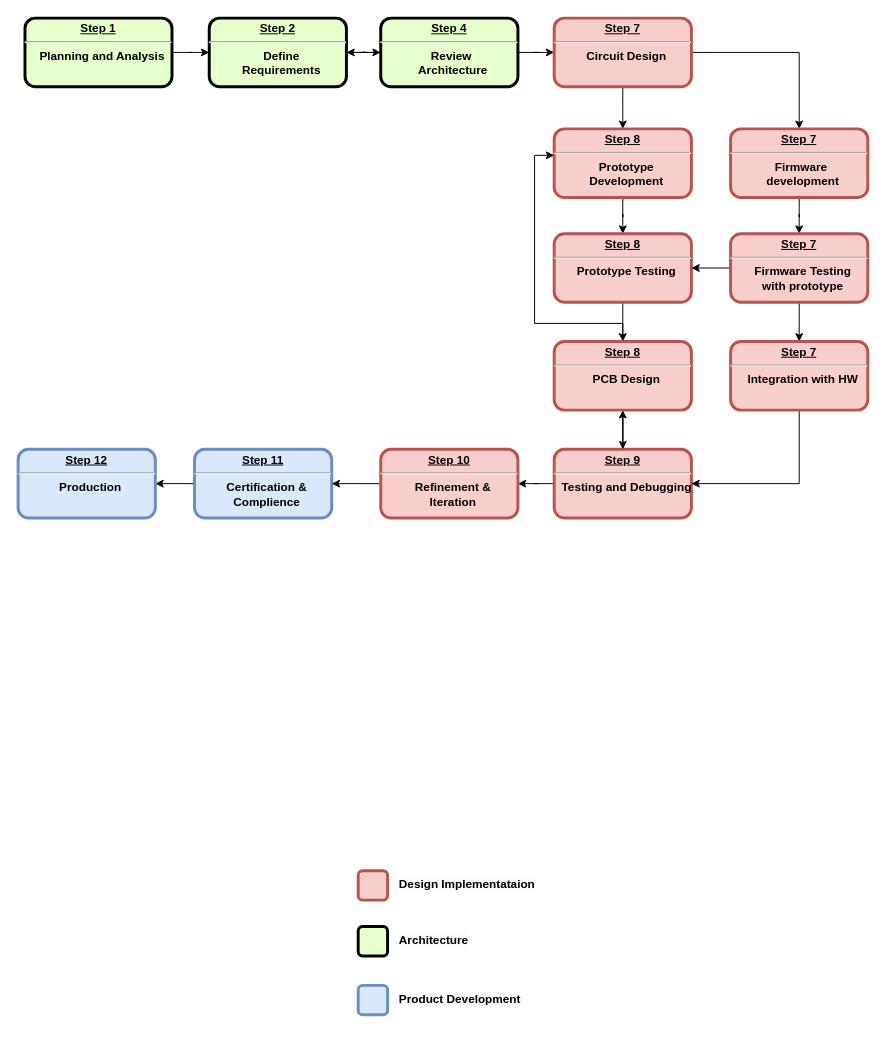
Earlier version of the draw.io diagram ups-gantt.drawio (j9hasan/learning-git). Source tidied: cells renumbered, new cells numbered last; positions are measured from the earlier drawing's top-left corner, leaving out a move shared by most shapes. Both pictures are drawn from the tidied source at 98%, with x=0, y=0 at pixel (18, 18).
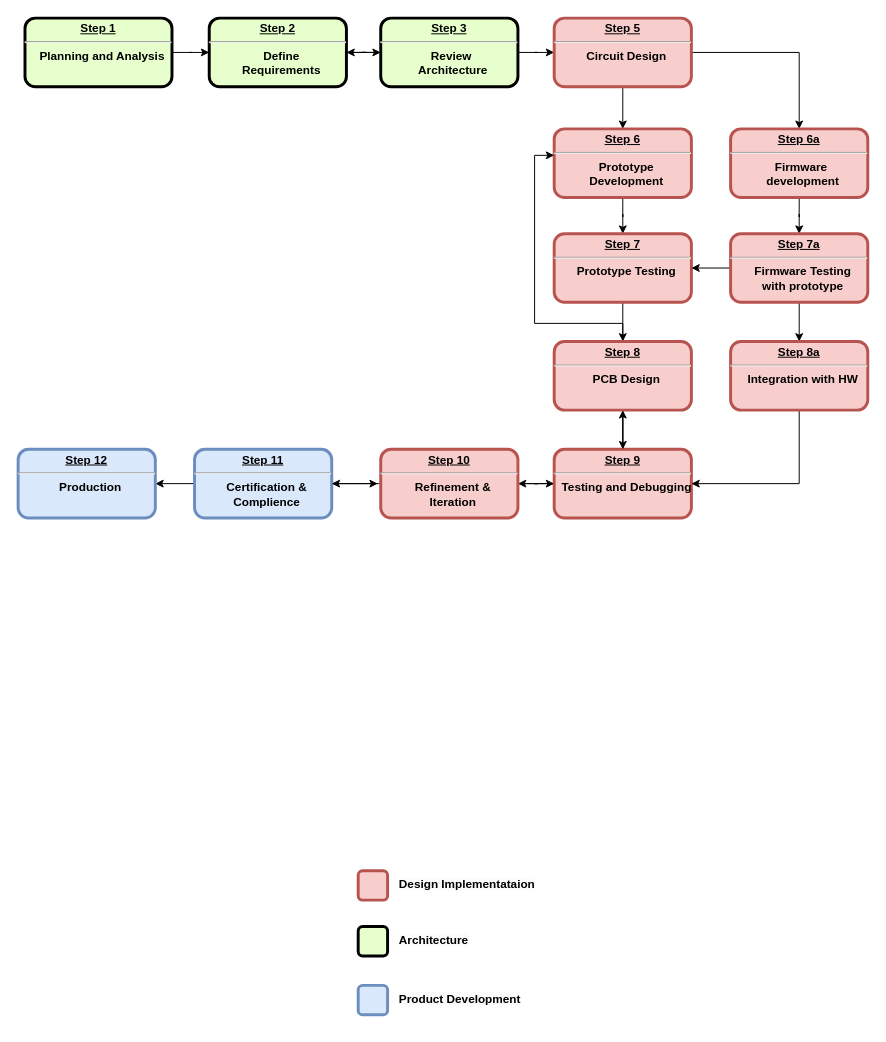
Above is the later version.

Commit message:
ups currtent status 12222024

Unchanged cells that the change refers to:
```xml
<mxCell id="12" value="&lt;p style=&quot;margin: 0px; margin-top: 4px; text-align: center; text-decoration: underline;&quot;&gt;&lt;strong&gt;Step 9&lt;/strong&gt;&lt;/p&gt;&lt;hr&gt;&lt;p style=&quot;margin: 0px; margin-left: 8px;&quot;&gt;&lt;span style=&quot;background-color: initial;&quot;&gt;Testing and Debugging&lt;/span&gt;&lt;/p&gt;" style="verticalAlign=middle;align=center;overflow=fill;fontSize=12;fontFamily=Helvetica;html=1;rounded=1;fontStyle=1;strokeWidth=3;fillColor=#f8cecc;strokeColor=#b85450;" parent="1" vertex="1">
  <mxGeometry x="547" y="440" width="140" height="70" as="geometry" />
</mxCell>
<mxCell id="14" value="&lt;p style=&quot;margin: 0px; margin-top: 4px; text-align: center; text-decoration: underline;&quot;&gt;&lt;strong&gt;Step 11&lt;/strong&gt;&lt;/p&gt;&lt;hr&gt;&lt;p style=&quot;margin: 0px; margin-left: 8px;&quot;&gt;&lt;span style=&quot;background-color: initial;&quot;&gt;Certification &amp;amp;&lt;/span&gt;&lt;/p&gt;&lt;p style=&quot;margin: 0px; margin-left: 8px;&quot;&gt;&lt;span style=&quot;background-color: initial;&quot;&gt;Complience&lt;/span&gt;&lt;/p&gt;&lt;p style=&quot;margin: 0px; margin-left: 8px;&quot;&gt;&lt;span style=&quot;background-color: initial; color: rgba(0, 0, 0, 0); font-family: monospace; font-size: 0px; font-weight: 400; text-align: start;&quot;&gt;Co%3CmxGraphModel%3E%3Croot%3E%3CmxCell%20id%3D%220%22%2F%3E%3CmxCell%20id%3D%221%22%20parent%3D%220%22%2F%3E%3CmxCell%20id%3D%222%22%20value%3D%22%26lt%3Bp%20style%3D%26quot%3Bmargin%3A%200px%3B%20margin-top%3A%204px%3B%20text-align%3A%20center%3B%20text-decoration%3A%20underline%3B%26quot%3B%26gt%3B%26lt%3Bstrong%26gt%3BStep%205%26lt%3B%2Fstrong%26gt%3B%26lt%3B%2Fp%26gt%3B%26lt%3Bhr%26gt%3B%26lt%3Bp%20style%3D%26quot%3Bmargin%3A%200px%3B%20margin-left%3A%208px%3B%26quot%3B%26gt%3BPrototype%26lt%3B%2Fp%26gt%3B%26lt%3Bp%20style%3D%26quot%3Bmargin%3A%200px%3B%20margin-left%3A%208px%3B%26quot%3B%26gt%3BDevelopmenrt%26lt%3B%2Fp%26gt%3B%22%20style%3D%22verticalAlign%3Dmiddle%3Balign%3Dcenter%3Boverflow%3Dfill%3BfontSize%3D12%3BfontFamily%3DHelvetica%3Bhtml%3D1%3Brounded%3D1%3BfontStyle%3D1%3BstrokeWidth%3D3%3BfillColor%3D%23E6FFCC%22%20vertex%3D%221%22%20parent%3D%221%22%3E%3CmxGeometry%20x%3D%22585%22%20y%3D%22360%22%20width%3D%22140%22%20height%3D%2270%22%20as%3D%22geometry%22%2F%3E%3C%2FmxCell%3E%3C%2Froot%3E%3C%2FmxGraphModel%3E&lt;/span&gt;&lt;/p&gt;" style="verticalAlign=middle;align=center;overflow=fill;fontSize=12;fontFamily=Helvetica;html=1;rounded=1;fontStyle=1;strokeWidth=3;fillColor=#dae8fc;strokeColor=#6c8ebf;" parent="1" vertex="1">
  <mxGeometry x="180" y="440" width="140" height="70" as="geometry" />
</mxCell>
<mxCell id="20" value="&lt;p style=&quot;margin: 0px; margin-top: 4px; text-align: center; text-decoration: underline;&quot;&gt;&lt;strong&gt;Step 10&lt;/strong&gt;&lt;/p&gt;&lt;hr&gt;&lt;p style=&quot;margin: 0px; margin-left: 8px;&quot;&gt;Refinement &amp;amp;&lt;/p&gt;&lt;p style=&quot;margin: 0px; margin-left: 8px;&quot;&gt;Iteration&lt;/p&gt;" style="verticalAlign=middle;align=center;overflow=fill;fontSize=12;fontFamily=Helvetica;html=1;rounded=1;fontStyle=1;strokeWidth=3;flipH=1;fillColor=#f8cecc;strokeColor=#b85450;" parent="1" vertex="1">
  <mxGeometry x="370" y="440" width="140" height="70" as="geometry" />
</mxCell>
```

Diff of the diagram source:
```diff
@@
-    <mxCell id="8" value="&lt;p style=&quot;margin: 0px; margin-top: 4px; text-align: center; text-decoration: underline;&quot;&gt;&lt;strong&gt;Step 8&lt;/strong&gt;&lt;/p&gt;&lt;hr&gt;&lt;p style=&quot;margin: 0px; margin-left: 8px;&quot;&gt;Prototype&lt;/p&gt;&lt;p style=&quot;margin: 0px; margin-left: 8px;&quot;&gt;Development&lt;/p&gt;" style="verticalAlign=middle;align=center;overflow=fill;fontSize=12;fontFamily=Helvetica;html=1;rounded=1;fontStyle=1;strokeWidth=3;fillColor=#f8cecc;strokeColor=#b85450;" parent="1" vertex="1">
+    <mxCell id="8" value="&lt;p style=&quot;margin: 0px; margin-top: 4px; text-align: center; text-decoration: underline;&quot;&gt;&lt;strong&gt;Step 6&lt;/strong&gt;&lt;/p&gt;&lt;hr&gt;&lt;p style=&quot;margin: 0px; margin-left: 8px;&quot;&gt;Prototype&lt;/p&gt;&lt;p style=&quot;margin: 0px; margin-left: 8px;&quot;&gt;Development&lt;/p&gt;" style="verticalAlign=middle;align=center;overflow=fill;fontSize=12;fontFamily=Helvetica;html=1;rounded=1;fontStyle=1;strokeWidth=3;fillColor=#f8cecc;strokeColor=#b85450;" parent="1" vertex="1">
       <mxGeometry x="547" y="113" width="140" height="70" as="geometry" />
     </mxCell>
@@
+    <mxCell id="40" style="edgeStyle=orthogonalEdgeStyle;rounded=0;jettySize=auto;html=1;" parent="1" edge="1" source="14">
+      <mxGeometry relative="1" as="geometry">
+        <mxPoint x="367" y="475" as="targetPoint" />
+      </mxGeometry>
+    </mxCell>
@@
-    <mxCell id="18" value="&lt;p style=&quot;margin: 0px; margin-top: 4px; text-align: center; text-decoration: underline;&quot;&gt;&lt;strong&gt;Step 4&lt;/strong&gt;&lt;/p&gt;&lt;hr&gt;&lt;p style=&quot;margin: 0px; margin-left: 8px;&quot;&gt;Review&amp;nbsp;&lt;/p&gt;&lt;p style=&quot;margin: 0px; margin-left: 8px;&quot;&gt;Architecture&lt;/p&gt;" style="verticalAlign=middle;align=center;overflow=fill;fontSize=12;fontFamily=Helvetica;html=1;rounded=1;fontStyle=1;strokeWidth=3;fillColor=#E6FFCC;flipH=1;" parent="1" vertex="1">
+    <mxCell id="18" value="&lt;p style=&quot;margin: 0px; margin-top: 4px; text-align: center; text-decoration: underline;&quot;&gt;&lt;strong&gt;Step 3&lt;/strong&gt;&lt;/p&gt;&lt;hr&gt;&lt;p style=&quot;margin: 0px; margin-left: 8px;&quot;&gt;Review&amp;nbsp;&lt;/p&gt;&lt;p style=&quot;margin: 0px; margin-left: 8px;&quot;&gt;Architecture&lt;/p&gt;" style="verticalAlign=middle;align=center;overflow=fill;fontSize=12;fontFamily=Helvetica;html=1;rounded=1;fontStyle=1;strokeWidth=3;fillColor=#E6FFCC;flipH=1;" parent="1" vertex="1">
       <mxGeometry x="370" width="140" height="70" as="geometry" />
     </mxCell>
@@
+    <mxCell id="41" style="edgeStyle=orthogonalEdgeStyle;rounded=0;jettySize=auto;html=1;entryX=0;entryY=0.5;entryDx=0;entryDy=0;" parent="1" edge="1" source="20" target="12">
+      <mxGeometry relative="1" as="geometry" />
+    </mxCell>
@@
-    <mxCell id="28" value="&lt;p style=&quot;margin: 0px; margin-top: 4px; text-align: center; text-decoration: underline;&quot;&gt;&lt;strong&gt;Step 7&lt;/strong&gt;&lt;/p&gt;&lt;hr&gt;&lt;p style=&quot;margin: 0px; margin-left: 8px;&quot;&gt;Circuit Design&lt;/p&gt;" style="verticalAlign=middle;align=center;overflow=fill;fontSize=12;fontFamily=Helvetica;html=1;rounded=1;fontStyle=1;strokeWidth=3;fillColor=#f8cecc;strokeColor=#b85450;" parent="1" vertex="1">
+    <mxCell id="28" value="&lt;p style=&quot;margin: 0px; margin-top: 4px; text-align: center; text-decoration: underline;&quot;&gt;&lt;strong&gt;Step 5&lt;/strong&gt;&lt;/p&gt;&lt;hr&gt;&lt;p style=&quot;margin: 0px; margin-left: 8px;&quot;&gt;Circuit Design&lt;/p&gt;" style="verticalAlign=middle;align=center;overflow=fill;fontSize=12;fontFamily=Helvetica;html=1;rounded=1;fontStyle=1;strokeWidth=3;fillColor=#f8cecc;strokeColor=#b85450;" parent="1" vertex="1">
       <mxGeometry x="547" width="140" height="70" as="geometry" />
     </mxCell>
@@
-    <mxCell id="30" value="&lt;p style=&quot;margin: 0px; margin-top: 4px; text-align: center; text-decoration: underline;&quot;&gt;&lt;strong&gt;Step 7&lt;/strong&gt;&lt;/p&gt;&lt;hr&gt;&lt;p style=&quot;margin: 0px; margin-left: 8px;&quot;&gt;Firmware&amp;nbsp;&lt;/p&gt;&lt;p style=&quot;margin: 0px; margin-left: 8px;&quot;&gt;development&lt;/p&gt;" style="verticalAlign=middle;align=center;overflow=fill;fontSize=12;fontFamily=Helvetica;html=1;rounded=1;fontStyle=1;strokeWidth=3;fillColor=#f8cecc;strokeColor=#b85450;" parent="1" vertex="1">
+    <mxCell id="30" value="&lt;p style=&quot;margin: 0px; margin-top: 4px; text-align: center; text-decoration: underline;&quot;&gt;&lt;strong&gt;Step 6a&lt;/strong&gt;&lt;/p&gt;&lt;hr&gt;&lt;p style=&quot;margin: 0px; margin-left: 8px;&quot;&gt;Firmware&amp;nbsp;&lt;/p&gt;&lt;p style=&quot;margin: 0px; margin-left: 8px;&quot;&gt;development&lt;/p&gt;" style="verticalAlign=middle;align=center;overflow=fill;fontSize=12;fontFamily=Helvetica;html=1;rounded=1;fontStyle=1;strokeWidth=3;fillColor=#f8cecc;strokeColor=#b85450;" parent="1" vertex="1">
       <mxGeometry x="727" y="113" width="140" height="70" as="geometry" />
     </mxCell>
@@
-    <mxCell id="32" value="&lt;p style=&quot;margin: 0px; margin-top: 4px; text-align: center; text-decoration: underline;&quot;&gt;&lt;strong&gt;Step 8&lt;/strong&gt;&lt;/p&gt;&lt;hr&gt;&lt;p style=&quot;margin: 0px; margin-left: 8px;&quot;&gt;Prototype Testing&lt;/p&gt;" style="verticalAlign=middle;align=center;overflow=fill;fontSize=12;fontFamily=Helvetica;html=1;rounded=1;fontStyle=1;strokeWidth=3;fillColor=#f8cecc;strokeColor=#b85450;" parent="1" vertex="1">
+    <mxCell id="32" value="&lt;p style=&quot;margin: 0px; margin-top: 4px; text-align: center; text-decoration: underline;&quot;&gt;&lt;strong&gt;Step 7&lt;/strong&gt;&lt;/p&gt;&lt;hr&gt;&lt;p style=&quot;margin: 0px; margin-left: 8px;&quot;&gt;Prototype Testing&lt;/p&gt;" style="verticalAlign=middle;align=center;overflow=fill;fontSize=12;fontFamily=Helvetica;html=1;rounded=1;fontStyle=1;strokeWidth=3;fillColor=#f8cecc;strokeColor=#b85450;" parent="1" vertex="1">
       <mxGeometry x="547" y="220" width="140" height="70" as="geometry" />
     </mxCell>
@@
-    <mxCell id="37" value="&lt;p style=&quot;margin: 0px; margin-top: 4px; text-align: center; text-decoration: underline;&quot;&gt;&lt;strong&gt;Step 7&lt;/strong&gt;&lt;/p&gt;&lt;hr&gt;&lt;p style=&quot;margin: 0px; margin-left: 8px;&quot;&gt;Firmware&amp;nbsp;&lt;span style=&quot;background-color: initial;&quot;&gt;Testing&lt;/span&gt;&lt;/p&gt;&lt;p style=&quot;margin: 0px; margin-left: 8px;&quot;&gt;&lt;span style=&quot;background-color: initial;&quot;&gt;with prototype&lt;/span&gt;&lt;/p&gt;" style="verticalAlign=middle;align=center;overflow=fill;fontSize=12;fontFamily=Helvetica;html=1;rounded=1;fontStyle=1;strokeWidth=3;fillColor=#f8cecc;strokeColor=#b85450;" parent="1" vertex="1">
+    <mxCell id="37" value="&lt;p style=&quot;margin: 0px; margin-top: 4px; text-align: center; text-decoration: underline;&quot;&gt;&lt;strong&gt;Step 7a&lt;/strong&gt;&lt;/p&gt;&lt;hr&gt;&lt;p style=&quot;margin: 0px; margin-left: 8px;&quot;&gt;Firmware&amp;nbsp;&lt;span style=&quot;background-color: initial;&quot;&gt;Testing&lt;/span&gt;&lt;/p&gt;&lt;p style=&quot;margin: 0px; margin-left: 8px;&quot;&gt;&lt;span style=&quot;background-color: initial;&quot;&gt;with prototype&lt;/span&gt;&lt;/p&gt;" style="verticalAlign=middle;align=center;overflow=fill;fontSize=12;fontFamily=Helvetica;html=1;rounded=1;fontStyle=1;strokeWidth=3;fillColor=#f8cecc;strokeColor=#b85450;" parent="1" vertex="1">
       <mxGeometry x="727" y="220" width="140" height="70" as="geometry" />
     </mxCell>
@@
-    <mxCell id="39" value="&lt;p style=&quot;margin: 0px; margin-top: 4px; text-align: center; text-decoration: underline;&quot;&gt;&lt;strong&gt;Step 7&lt;/strong&gt;&lt;/p&gt;&lt;hr&gt;&lt;p style=&quot;margin: 0px; margin-left: 8px;&quot;&gt;Integration with HW&lt;/p&gt;" style="verticalAlign=middle;align=center;overflow=fill;fontSize=12;fontFamily=Helvetica;html=1;rounded=1;fontStyle=1;strokeWidth=3;fillColor=#f8cecc;strokeColor=#b85450;" parent="1" vertex="1">
+    <mxCell id="39" value="&lt;p style=&quot;margin: 0px; margin-top: 4px; text-align: center; text-decoration: underline;&quot;&gt;&lt;strong&gt;Step 8a&lt;/strong&gt;&lt;/p&gt;&lt;hr&gt;&lt;p style=&quot;margin: 0px; margin-left: 8px;&quot;&gt;Integration with HW&lt;/p&gt;" style="verticalAlign=middle;align=center;overflow=fill;fontSize=12;fontFamily=Helvetica;html=1;rounded=1;fontStyle=1;strokeWidth=3;fillColor=#f8cecc;strokeColor=#b85450;" parent="1" vertex="1">
       <mxGeometry x="727" y="330" width="140" height="70" as="geometry" />
     </mxCell>
```
